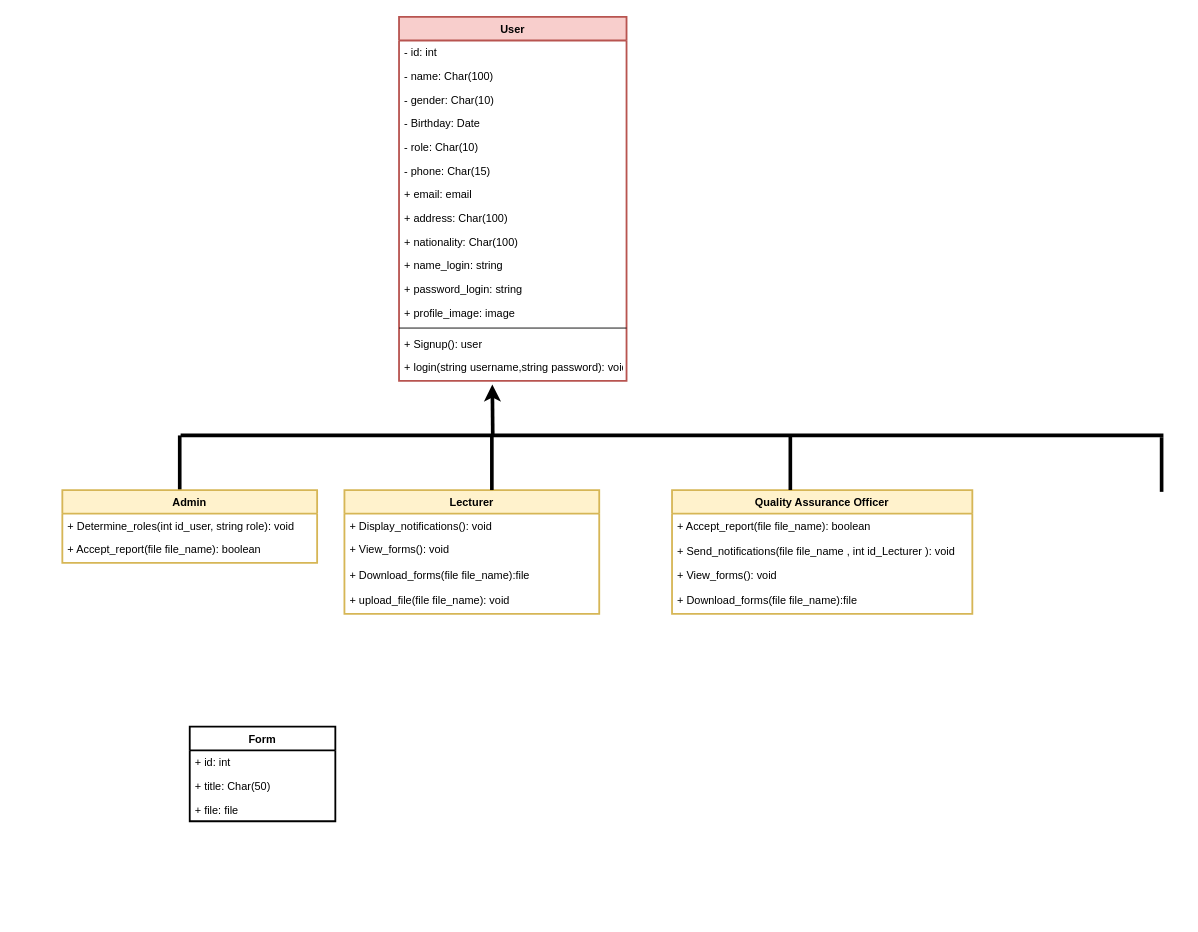
This is Class Diagram تخرج.drawio from doaa517/Diagrams, a draw.io file, before an edit. Source tidied: cells renumbered, new cells numbered last; positions are measured from the earlier drawing's top-left corner, leaving out a move shared by most shapes. Both pictures are drawn from the tidied source at 91%, with x=0, y=0 at pixel (62, 16).
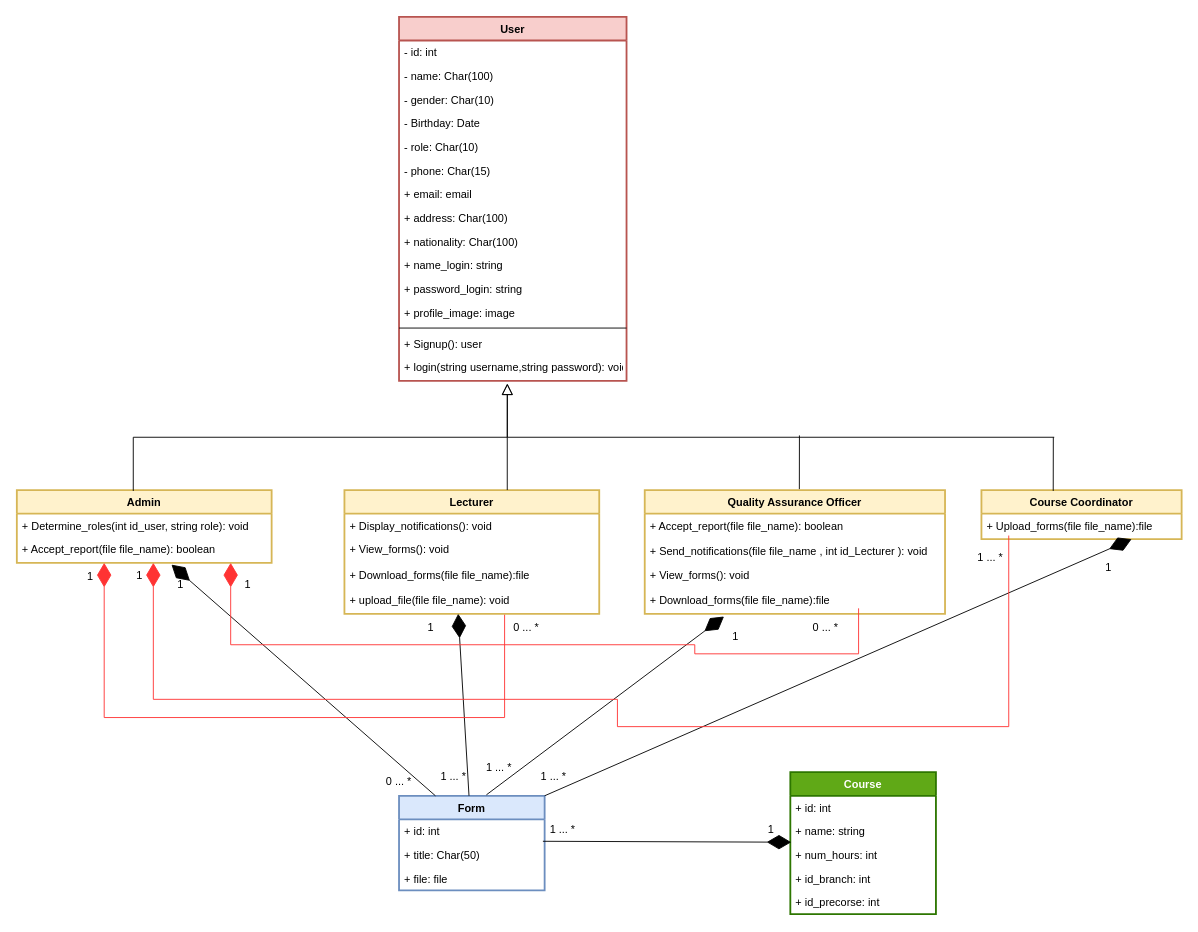
Above is the later version.

Unchanged cells that the change refers to:
```xml
<mxCell id="23" value="+ Accept_report(file file_name): boolean&#10;" style="text;strokeColor=none;fillColor=none;align=left;verticalAlign=top;spacingLeft=4;spacingRight=4;overflow=hidden;points=[[0,0.5],[1,0.5]];portConstraint=eastwest;" parent="21" vertex="1">
  <mxGeometry y="52" width="280" height="28" as="geometry" />
</mxCell>
<mxCell id="28" value="Lecturer" style="swimlane;fontStyle=1;align=center;verticalAlign=top;horizontal=1;startSize=26;strokeWidth=2;fillColor=#fff2cc;strokeColor=#d6b656;" parent="1" vertex="1">
  <mxGeometry x="310" y="520" width="280" height="136" as="geometry" />
</mxCell>
<mxCell id="38" value="+ Download_forms(file file_name):file&#10;" style="text;strokeColor=none;fillColor=none;align=left;verticalAlign=top;spacingLeft=4;spacingRight=4;overflow=hidden;points=[[0,0.5],[1,0.5]];portConstraint=eastwest;" parent="34" vertex="1">
  <mxGeometry y="108" width="330" height="28" as="geometry" />
</mxCell>
```

Change to the diagram source:
```diff
@@
-    <mxCell id="18" style="endArrow=classic;html=1;rounded=0;strokeWidth=4;" parent="1" edge="1">
-      <mxGeometry relative="1" as="geometry">
-        <mxPoint x="473" y="460" as="sourcePoint" />
-        <mxPoint x="472.5" y="404" as="targetPoint" />
-      </mxGeometry>
-    </mxCell>
-    <mxCell id="19" style="endArrow=none;html=1;rounded=0;strokeWidth=4;" parent="1" edge="1">
-      <mxGeometry relative="1" as="geometry">
-        <mxPoint x="130" y="460" as="sourcePoint" />
-        <mxPoint x="1210" y="460" as="targetPoint" />
-      </mxGeometry>
-    </mxCell>
-    <mxCell id="20" style="endArrow=none;html=1;rounded=0;strokeWidth=4;" parent="1" edge="1">
-      <mxGeometry relative="1" as="geometry">
-        <mxPoint x="129" y="520" as="sourcePoint" />
-        <mxPoint x="129" y="460" as="targetPoint" />
-      </mxGeometry>
-    </mxCell>
     <mxCell id="21" value="Admin" style="swimlane;fontStyle=1;align=center;verticalAlign=top;horizontal=1;startSize=26;strokeWidth=2;fillColor=#fff2cc;strokeColor=#d6b656;" parent="1" vertex="1">
-      <mxGeometry y="520" width="280" height="80" as="geometry" />
+      <mxGeometry x="-50" y="520" width="280" height="80" as="geometry" />
     </mxCell>
@@
-    <mxCell id="24" value="Form" style="swimlane;fontStyle=1;align=center;verticalAlign=top;horizontal=1;startSize=26;strokeWidth=2;" parent="1" vertex="1">
-      <mxGeometry x="140" y="780" width="160" height="104" as="geometry" />
+    <mxCell id="24" value="Form" style="swimlane;fontStyle=1;align=center;verticalAlign=top;horizontal=1;startSize=26;strokeWidth=2;fillColor=#dae8fc;strokeColor=#6c8ebf;" parent="1" vertex="1">
+      <mxGeometry x="370" y="856" width="160" height="104" as="geometry" />
     </mxCell>
@@
-    <mxCell id="33" style="endArrow=none;html=1;rounded=0;strokeWidth=4;" parent="1" edge="1">
-      <mxGeometry relative="1" as="geometry">
-        <mxPoint x="472" y="520" as="sourcePoint" />
-        <mxPoint x="472" y="460" as="targetPoint" />
-      </mxGeometry>
-    </mxCell>
     <mxCell id="34" value="Quality Assurance Officer" style="swimlane;fontStyle=1;align=center;verticalAlign=top;horizontal=1;startSize=26;strokeWidth=2;fillColor=#fff2cc;strokeColor=#d6b656;" parent="1" vertex="1">
-      <mxGeometry x="670" y="520" width="330" height="136" as="geometry" />
+      <mxGeometry x="640" y="520" width="330" height="136" as="geometry" />
     </mxCell>
@@
-    <mxCell id="39" style="endArrow=none;html=1;rounded=0;strokeWidth=4;" parent="1" edge="1">
-      <mxGeometry relative="1" as="geometry">
-        <mxPoint x="800" y="520" as="sourcePoint" />
-        <mxPoint x="800" y="460" as="targetPoint" />
-      </mxGeometry>
-    </mxCell>
-    <mxCell id="40" style="endArrow=none;html=1;rounded=0;strokeWidth=4;" parent="1" edge="1">
-      <mxGeometry relative="1" as="geometry">
-        <mxPoint x="1208" y="522" as="sourcePoint" />
-        <mxPoint x="1208" y="462" as="targetPoint" />
-      </mxGeometry>
-    </mxCell>
+    <mxCell id="41" value="Course Coordinator" style="swimlane;fontStyle=1;align=center;verticalAlign=top;horizontal=1;startSize=26;strokeWidth=2;fillColor=#fff2cc;strokeColor=#d6b656;" parent="1" vertex="1">
+      <mxGeometry x="1010" y="520" width="220" height="54" as="geometry" />
+    </mxCell>
+    <mxCell id="42" value="+ Upload_forms(file file_name):file&#10;" style="text;strokeColor=none;fillColor=none;align=left;verticalAlign=top;spacingLeft=4;spacingRight=4;overflow=hidden;" parent="41" vertex="1">
+      <mxGeometry y="26" width="220" height="28" as="geometry" />
+    </mxCell>
+    <mxCell id="43" value="Course" style="swimlane;fontStyle=1;align=center;verticalAlign=top;horizontal=1;startSize=26;strokeWidth=2;fillColor=#60a917;strokeColor=#2D7600;fontColor=#ffffff;" parent="1" vertex="1">
+      <mxGeometry x="800" y="830" width="160" height="156" as="geometry" />
+    </mxCell>
+    <mxCell id="44" value="+ id: int" style="text;strokeColor=none;fillColor=none;align=left;verticalAlign=top;spacingLeft=4;spacingRight=4;overflow=hidden;" parent="43" vertex="1">
+      <mxGeometry y="26" width="160" height="26" as="geometry" />
+    </mxCell>
+    <mxCell id="45" value="+ name: string" style="text;strokeColor=none;fillColor=none;align=left;verticalAlign=top;spacingLeft=4;spacingRight=4;overflow=hidden;" parent="43" vertex="1">
+      <mxGeometry y="52" width="160" height="26" as="geometry" />
+    </mxCell>
+    <mxCell id="46" value="+ num_hours: int" style="text;strokeColor=none;fillColor=none;align=left;verticalAlign=top;spacingLeft=4;spacingRight=4;overflow=hidden;" parent="43" vertex="1">
+      <mxGeometry y="78" width="160" height="26" as="geometry" />
+    </mxCell>
+    <mxCell id="47" value="+ id_branch: int" style="text;strokeColor=none;fillColor=none;align=left;verticalAlign=top;spacingLeft=4;spacingRight=4;overflow=hidden;fontStyle=0;" parent="43" vertex="1">
+      <mxGeometry y="104" width="160" height="26" as="geometry" />
+    </mxCell>
+    <mxCell id="48" value="+ id_precorse: int" style="text;strokeColor=none;fillColor=none;align=left;verticalAlign=top;spacingLeft=4;spacingRight=4;overflow=hidden;fontStyle=0;" parent="43" vertex="1">
+      <mxGeometry y="130" width="160" height="26" as="geometry" />
+    </mxCell>
+    <mxCell id="49" style="endArrow=block;endSize=10;endFill=0;shadow=0;strokeWidth=1;rounded=0;edgeStyle=elbowEdgeStyle;elbow=vertical;exitX=0.457;exitY=0.013;exitDx=0;exitDy=0;exitPerimeter=0;" parent="1" edge="1" source="21">
+      <mxGeometry relative="1" as="geometry">
+        <mxPoint x="489" y="403" as="targetPoint" />
+      </mxGeometry>
+    </mxCell>
+    <mxCell id="50" style="endArrow=block;endSize=10;endFill=0;shadow=0;strokeWidth=1;rounded=0;edgeStyle=elbowEdgeStyle;elbow=vertical;exitX=0.639;exitY=0;exitDx=0;exitDy=0;exitPerimeter=0;" parent="1" edge="1" source="28">
+      <mxGeometry relative="1" as="geometry">
+        <mxPoint x="489" y="403" as="targetPoint" />
+      </mxGeometry>
+    </mxCell>
+    <mxCell id="51" style="endArrow=none;html=1;rounded=0;" parent="1" edge="1">
+      <mxGeometry relative="1" as="geometry">
+        <mxPoint x="1090" y="462" as="sourcePoint" />
+        <mxPoint x="489" y="462" as="targetPoint" />
+      </mxGeometry>
+    </mxCell>
+    <mxCell id="52" style="endArrow=none;html=1;rounded=0;exitX=0.521;exitY=-0.007;exitDx=0;exitDy=0;exitPerimeter=0;" parent="1" edge="1">
+      <mxGeometry relative="1" as="geometry">
+        <mxPoint x="809.9" y="519" as="sourcePoint" />
+        <mxPoint x="810" y="460" as="targetPoint" />
+      </mxGeometry>
+    </mxCell>
+    <mxCell id="53" style="endArrow=none;html=1;rounded=0;exitX=0.521;exitY=-0.007;exitDx=0;exitDy=0;exitPerimeter=0;" parent="1" edge="1">
+      <mxGeometry relative="1" as="geometry">
+        <mxPoint x="1088.9" y="521" as="sourcePoint" />
+        <mxPoint x="1089" y="462" as="targetPoint" />
+      </mxGeometry>
+    </mxCell>
+    <mxCell id="54" style="endArrow=diamondThin;endFill=1;endSize=24;html=1;rounded=0;entryX=0.031;entryY=-0.038;entryDx=0;entryDy=0;entryPerimeter=0;exitX=1.013;exitY=-0.077;exitDx=0;exitDy=0;exitPerimeter=0;" parent="1" edge="1">
+      <mxGeometry relative="1" as="geometry">
+        <mxPoint x="528.1" y="906" as="sourcePoint" />
+        <mxPoint x="801" y="907" as="targetPoint" />
+      </mxGeometry>
+    </mxCell>
+    <mxCell id="55" value="1" style="text;html=1;strokeColor=none;fillColor=none;align=center;verticalAlign=middle;whiteSpace=wrap;rounded=0;" parent="1" vertex="1">
+      <mxGeometry x="749" y="878" width="60" height="30" as="geometry" />
+    </mxCell>
+    <mxCell id="56" value="1 ... *" style="text;html=1;strokeColor=none;fillColor=none;align=center;verticalAlign=middle;whiteSpace=wrap;rounded=0;" parent="1" vertex="1">
+      <mxGeometry x="520" y="878" width="60" height="30" as="geometry" />
+    </mxCell>
+    <mxCell id="57" style="endArrow=diamondThin;endFill=1;endSize=24;html=1;rounded=0;entryX=0.607;entryY=1.071;entryDx=0;entryDy=0;exitX=0.25;exitY=0;exitDx=0;exitDy=0;entryPerimeter=0;" parent="1" edge="1" source="24" target="23">
+      <mxGeometry relative="1" as="geometry" />
+    </mxCell>
+    <mxCell id="58" style="endArrow=diamondThin;endFill=1;endSize=24;html=1;rounded=0;entryX=0.607;entryY=1.071;entryDx=0;entryDy=0;entryPerimeter=0;" parent="1" edge="1" source="24">
+      <mxGeometry relative="1" as="geometry">
+        <mxPoint x="435" y="656" as="targetPoint" />
+      </mxGeometry>
+    </mxCell>
+    <mxCell id="59" style="endArrow=diamondThin;endFill=1;endSize=24;html=1;rounded=0;entryX=0.264;entryY=1.107;entryDx=0;entryDy=0;entryPerimeter=0;exitX=0.6;exitY=-0.01;exitDx=0;exitDy=0;exitPerimeter=0;" parent="1" edge="1" source="24" target="38">
+      <mxGeometry relative="1" as="geometry" />
+    </mxCell>
+    <mxCell id="60" style="endArrow=diamondThin;endFill=1;endSize=24;html=1;rounded=0;entryX=0.75;entryY=1;entryDx=0;entryDy=0;exitX=1;exitY=0;exitDx=0;exitDy=0;" parent="1" edge="1" source="24" target="41">
+      <mxGeometry relative="1" as="geometry" />
+    </mxCell>
+    <mxCell id="61" style="endArrow=diamondThin;endFill=1;endSize=24;html=1;rounded=0;entryX=0.907;entryY=1.107;entryDx=0;entryDy=0;entryPerimeter=0;strokeColor=#FF3333;edgeStyle=orthogonalEdgeStyle;" parent="1" edge="1">
+      <mxGeometry relative="1" as="geometry">
+        <mxPoint x="1040" y="570" as="sourcePoint" />
+        <mxPoint x="100" y="600" as="targetPoint" />
+        <Array as="points">
+          <mxPoint x="1040" y="780" />
+          <mxPoint x="610" y="780" />
+          <mxPoint x="610" y="750" />
+          <mxPoint x="100" y="750" />
+        </Array>
+      </mxGeometry>
+    </mxCell>
+    <mxCell id="62" style="endArrow=diamondThin;endFill=1;endSize=24;html=1;rounded=0;entryX=0.907;entryY=1.107;entryDx=0;entryDy=0;entryPerimeter=0;strokeColor=#FF3333;edgeStyle=orthogonalEdgeStyle;" parent="1" edge="1">
+      <mxGeometry relative="1" as="geometry">
+        <mxPoint x="486" y="657" as="sourcePoint" />
+        <mxPoint x="46" y="600" as="targetPoint" />
+        <Array as="points">
+          <mxPoint x="486" y="657" />
+          <mxPoint x="486" y="770" />
+          <mxPoint x="46" y="770" />
+        </Array>
+      </mxGeometry>
+    </mxCell>
+    <mxCell id="63" style="endArrow=diamondThin;endFill=1;endSize=24;html=1;rounded=0;entryX=0.907;entryY=1.107;entryDx=0;entryDy=0;entryPerimeter=0;strokeColor=#FF3333;edgeStyle=orthogonalEdgeStyle;" parent="1" edge="1">
+      <mxGeometry relative="1" as="geometry">
+        <mxPoint x="875" y="650" as="sourcePoint" />
+        <mxPoint x="185" y="600" as="targetPoint" />
+        <Array as="points">
+          <mxPoint x="875" y="700" />
+          <mxPoint x="695" y="700" />
+          <mxPoint x="695" y="690" />
+          <mxPoint x="185" y="690" />
+        </Array>
+      </mxGeometry>
+    </mxCell>
+    <mxCell id="64" value="1" style="text;html=1;strokeColor=none;fillColor=none;align=center;verticalAlign=middle;whiteSpace=wrap;rounded=0;" parent="1" vertex="1">
+      <mxGeometry x="1" y="600" width="60" height="30" as="geometry" />
+    </mxCell>
+    <mxCell id="65" value="1" style="text;html=1;strokeColor=none;fillColor=none;align=center;verticalAlign=middle;whiteSpace=wrap;rounded=0;" parent="1" vertex="1">
+      <mxGeometry x="55" y="599" width="60" height="30" as="geometry" />
+    </mxCell>
+    <mxCell id="66" value="1" style="text;html=1;strokeColor=none;fillColor=none;align=center;verticalAlign=middle;whiteSpace=wrap;rounded=0;" parent="1" vertex="1">
+      <mxGeometry x="174" y="609" width="60" height="30" as="geometry" />
+    </mxCell>
+    <mxCell id="67" value="0 ... *" style="text;html=1;strokeColor=none;fillColor=none;align=center;verticalAlign=middle;whiteSpace=wrap;rounded=0;" parent="1" vertex="1">
+      <mxGeometry x="480" y="656" width="60" height="30" as="geometry" />
+    </mxCell>
+    <mxCell id="68" value="0 ... *" style="text;html=1;strokeColor=none;fillColor=none;align=center;verticalAlign=middle;whiteSpace=wrap;rounded=0;" parent="1" vertex="1">
+      <mxGeometry x="809" y="656" width="60" height="30" as="geometry" />
+    </mxCell>
+    <mxCell id="69" value="1 ... *" style="text;html=1;strokeColor=none;fillColor=none;align=center;verticalAlign=middle;whiteSpace=wrap;rounded=0;" parent="1" vertex="1">
+      <mxGeometry x="990" y="579" width="60" height="30" as="geometry" />
+    </mxCell>
+    <mxCell id="70" value="1" style="text;html=1;strokeColor=none;fillColor=none;align=center;verticalAlign=middle;whiteSpace=wrap;rounded=0;" parent="1" vertex="1">
+      <mxGeometry x="100" y="609" width="60" height="30" as="geometry" />
+    </mxCell>
+    <mxCell id="71" value="0 ... *" style="text;html=1;strokeColor=none;fillColor=none;align=center;verticalAlign=middle;whiteSpace=wrap;rounded=0;" parent="1" vertex="1">
+      <mxGeometry x="340" y="826" width="60" height="30" as="geometry" />
+    </mxCell>
+    <mxCell id="72" value="1 ... *" style="text;html=1;strokeColor=none;fillColor=none;align=center;verticalAlign=middle;whiteSpace=wrap;rounded=0;" parent="1" vertex="1">
+      <mxGeometry x="400" y="820" width="60" height="30" as="geometry" />
+    </mxCell>
+    <mxCell id="73" value="1 ... *" style="text;html=1;strokeColor=none;fillColor=none;align=center;verticalAlign=middle;whiteSpace=wrap;rounded=0;" parent="1" vertex="1">
+      <mxGeometry x="450" y="810" width="60" height="30" as="geometry" />
+    </mxCell>
+    <mxCell id="74" value="1 ... *" style="text;html=1;strokeColor=none;fillColor=none;align=center;verticalAlign=middle;whiteSpace=wrap;rounded=0;" parent="1" vertex="1">
+      <mxGeometry x="510" y="820" width="60" height="30" as="geometry" />
+    </mxCell>
+    <mxCell id="75" value="1" style="text;html=1;strokeColor=none;fillColor=none;align=center;verticalAlign=middle;whiteSpace=wrap;rounded=0;" parent="1" vertex="1">
+      <mxGeometry x="375" y="656" width="60" height="30" as="geometry" />
+    </mxCell>
+    <mxCell id="76" value="1" style="text;html=1;strokeColor=none;fillColor=none;align=center;verticalAlign=middle;whiteSpace=wrap;rounded=0;" parent="1" vertex="1">
+      <mxGeometry x="710" y="666" width="60" height="30" as="geometry" />
+    </mxCell>
+    <mxCell id="77" value="1" style="text;html=1;strokeColor=none;fillColor=none;align=center;verticalAlign=middle;whiteSpace=wrap;rounded=0;" parent="1" vertex="1">
+      <mxGeometry x="1120" y="590" width="60" height="30" as="geometry" />
+    </mxCell>
```
